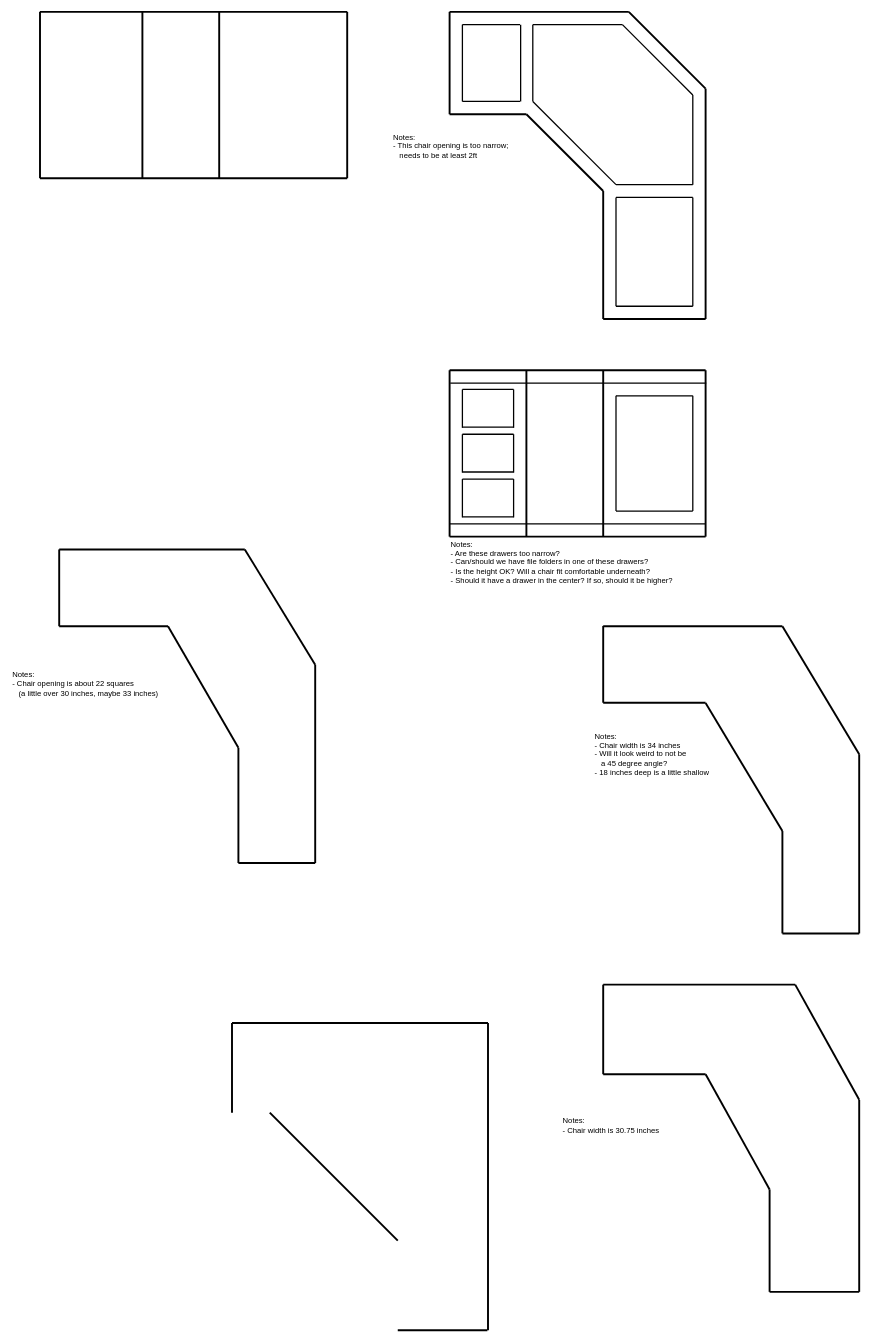
nthurow/draw-io keeps this draw.io diagram as desk.drawio. Above is the earlier version. Source tidied: cells renumbered, new cells numbered last; positions are measured from the earlier drawing's top-left corner, leaving out a move shared by most shapes. Both pictures are drawn from the tidied source at 64%, with x=0, y=0 at pixel (11, 12).
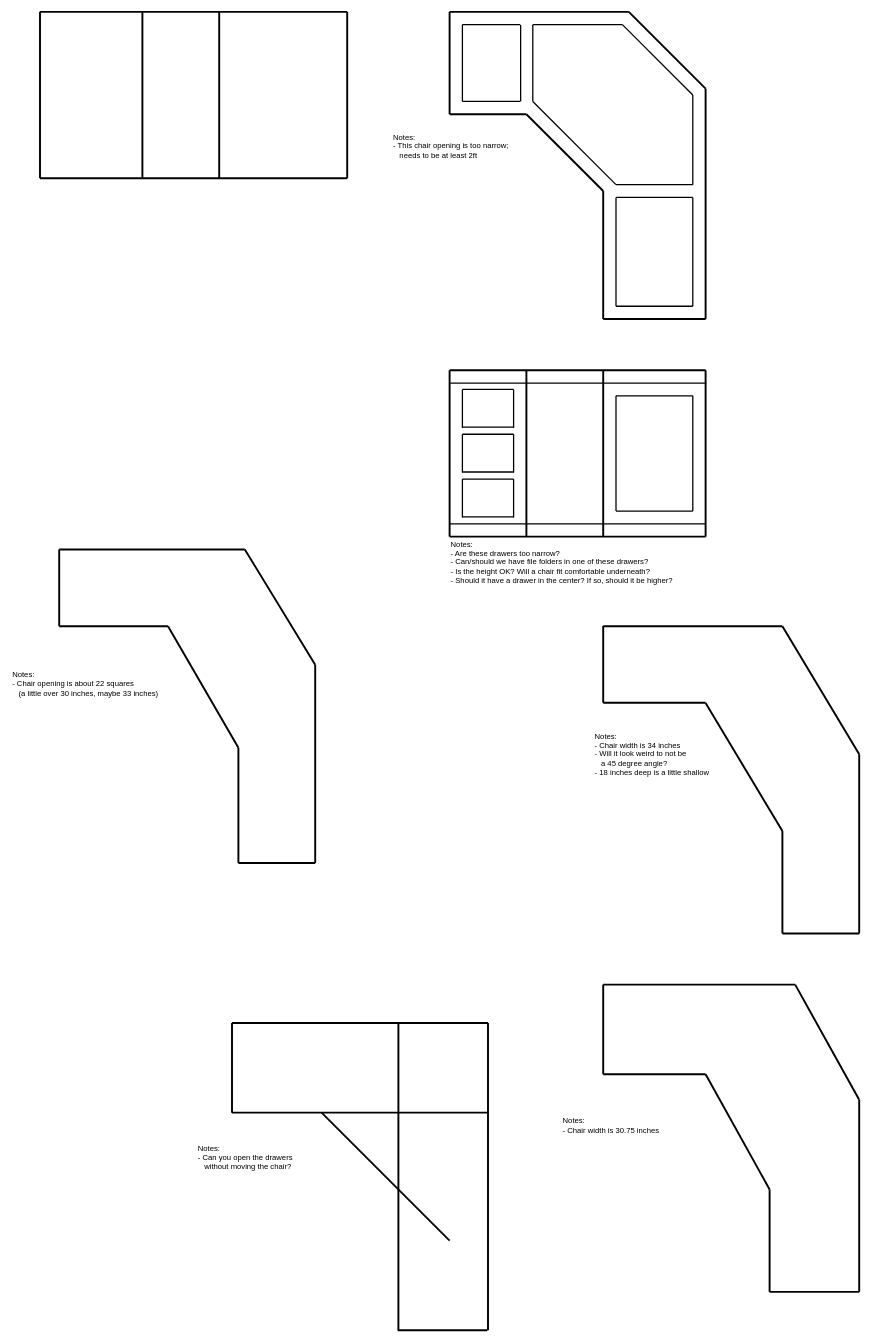
After the change.

The edit, as a diff of the source:
```diff
@@
     <mxCell id="83" style="endArrow=none;html=1;rounded=0;strokeWidth=3;" parent="1" edge="1">
       <mxGeometry relative="1" as="geometry">
-        <mxPoint x="604" y="1920" as="sourcePoint" />
-        <mxPoint x="404" y="1720" as="targetPoint" />
+        <mxPoint x="685" y="1920" as="sourcePoint" />
+        <mxPoint x="485" y="1720" as="targetPoint" />
       </mxGeometry>
     </mxCell>
@@
+    <mxCell id="88" style="endArrow=none;html=1;rounded=0;strokeWidth=3;" parent="1" edge="1">
+      <mxGeometry relative="1" as="geometry">
+        <mxPoint x="345" y="1720" as="sourcePoint" />
+        <mxPoint x="745" y="1720" as="targetPoint" />
+      </mxGeometry>
+    </mxCell>
+    <mxCell id="89" style="endArrow=none;html=1;rounded=0;strokeWidth=3;" parent="1" edge="1">
+      <mxGeometry relative="1" as="geometry">
+        <mxPoint x="605" y="2060" as="sourcePoint" />
+        <mxPoint x="605" y="1580" as="targetPoint" />
+      </mxGeometry>
+    </mxCell>
+    <mxCell id="90" value="Notes:&lt;br&gt;- Can you open the drawers&lt;br&gt;&amp;nbsp; &amp;nbsp;without moving the chair?" style="text;html=1;align=left;verticalAlign=middle;strokeColor=none;fillColor=none;" parent="1" vertex="1">
+      <mxGeometry x="290" y="1760" width="170" height="60" as="geometry" />
+    </mxCell>
```
